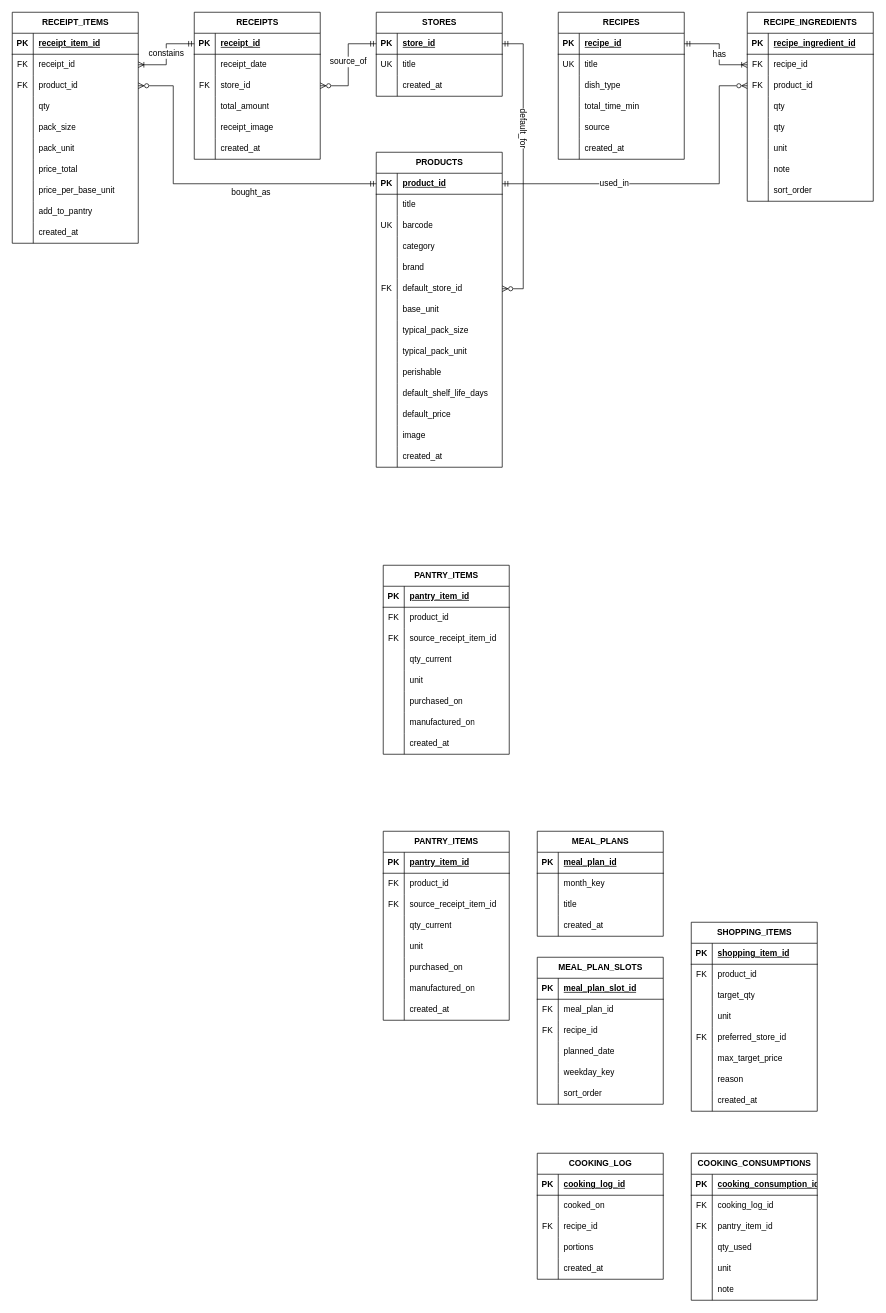
Earlier version of the draw.io diagram Projects/Еда/Docs/Диаграмма без названия.drawio (smeryse/Knowledge-Base). Source tidied: cells renumbered, new cells numbered last; positions are measured from the earlier drawing's top-left corner, leaving out a move shared by most shapes. Both pictures are drawn from the tidied source at 70%, with x=0, y=0 at pixel (12, 12).
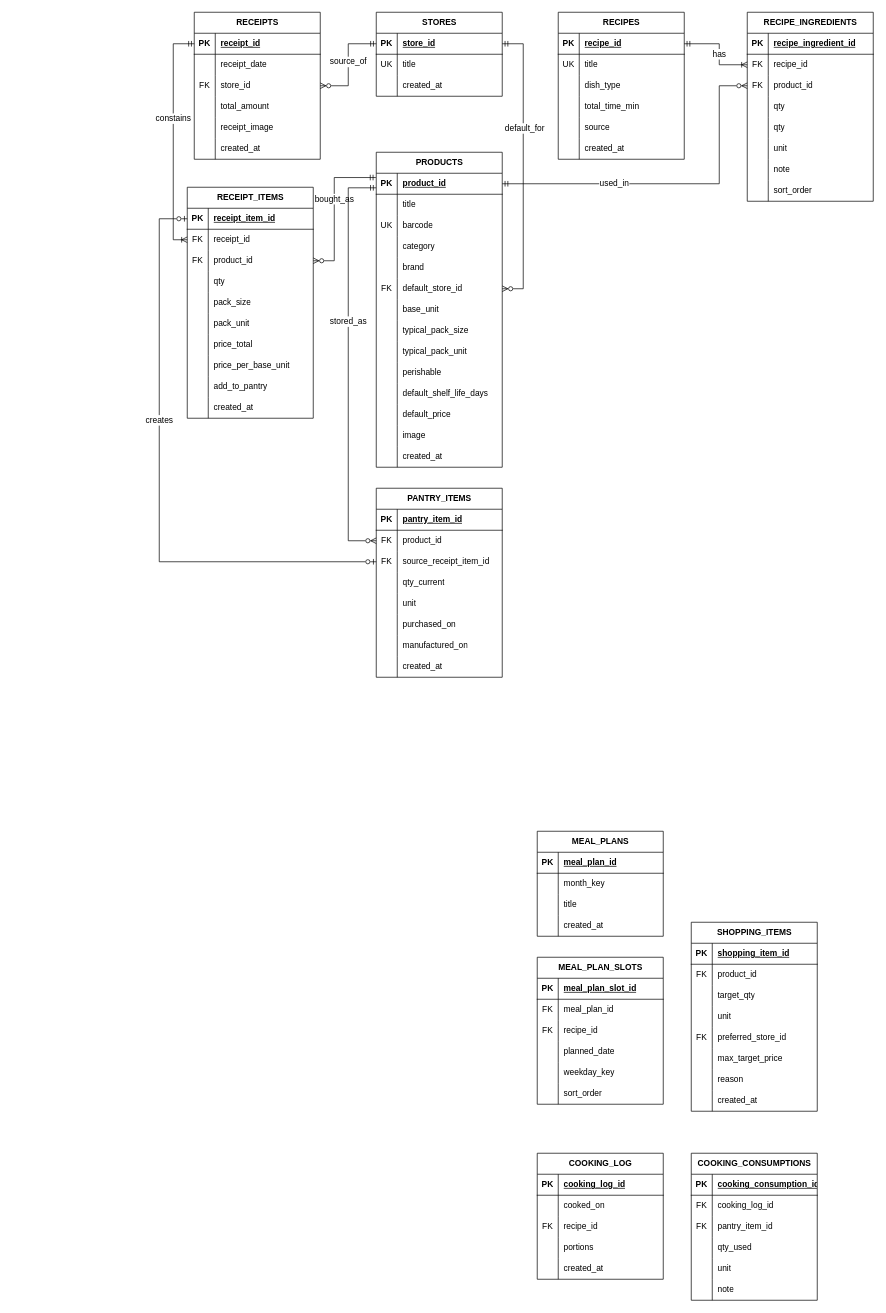
The same diagram, later.

Unchanged cells that the change refers to:
```xml
<mxCell id="3" style="shape=tableRow;horizontal=0;startSize=0;swimlaneHead=0;swimlaneBody=0;fillColor=none;points=[[0,0.5],[1,0.5]];portConstraint=eastwest;top=0;left=0;right=0;bottom=1;" parent="2" vertex="1">
  <mxGeometry y="30" width="180" height="30" as="geometry" />
</mxCell>
<mxCell id="66" style="shape=tableRow;horizontal=0;startSize=0;swimlaneHead=0;swimlaneBody=0;fillColor=none;points=[[0,0.5],[1,0.5]];portConstraint=eastwest;top=0;left=0;right=0;bottom=1;" parent="65" vertex="1">
  <mxGeometry y="30" width="180" height="30" as="geometry" />
</mxCell>
<mxCell id="69" style="shape=tableRow;horizontal=0;startSize=0;swimlaneHead=0;swimlaneBody=0;fillColor=none;points=[[0,0.5],[1,0.5]];portConstraint=eastwest;top=0;left=0;right=0;bottom=0;" parent="65" vertex="1">
  <mxGeometry y="60" width="180" height="30" as="geometry" />
</mxCell>
<mxCell id="72" style="shape=tableRow;horizontal=0;startSize=0;swimlaneHead=0;swimlaneBody=0;fillColor=none;points=[[0,0.5],[1,0.5]];portConstraint=eastwest;top=0;left=0;right=0;bottom=0;" parent="65" vertex="1">
  <mxGeometry y="90" width="180" height="30" as="geometry" />
</mxCell>
<mxCell id="107" style="shape=tableRow;horizontal=0;startSize=0;swimlaneHead=0;swimlaneBody=0;fillColor=none;points=[[0,0.5],[1,0.5]];portConstraint=eastwest;top=0;left=0;right=0;bottom=1;" parent="106" vertex="1">
  <mxGeometry y="30" width="180" height="30" as="geometry" />
</mxCell>
<mxCell id="268" style="rounded=0;jettySize=auto;html=1;exitX=1;exitY=0.5;exitDx=0;exitDy=0;endArrow=ERzeroToMany;endFill=0;startArrow=ERmandOne;startFill=0;edgeStyle=elbowEdgeStyle;entryX=1;entryY=0.5;entryDx=0;entryDy=0;" parent="1" edge="1" source="97" target="122">
  <mxGeometry relative="1" as="geometry">
    <Array as="points">
      <mxPoint x="730" y="220" />
    </Array>
  </mxGeometry>
</mxCell>
<mxCell id="282" style="shape=tableRow;horizontal=0;startSize=0;swimlaneHead=0;swimlaneBody=0;fillColor=none;points=[[0,0.5],[1,0.5]];portConstraint=eastwest;top=0;left=0;right=0;bottom=0;" parent="278" vertex="1">
  <mxGeometry y="60" width="180" height="30" as="geometry" />
</mxCell>
<mxCell id="285" style="shape=tableRow;horizontal=0;startSize=0;swimlaneHead=0;swimlaneBody=0;fillColor=none;points=[[0,0.5],[1,0.5]];portConstraint=eastwest;top=0;left=0;right=0;bottom=0;" parent="278" vertex="1">
  <mxGeometry y="90" width="180" height="30" as="geometry" />
</mxCell>
```

What changed in the source:
```diff
@@
     <mxCell id="65" value="RECEIPT_ITEMS" style="shape=table;startSize=30;childLayout=tableLayout;rowLines=0;fontStyle=1;align=center;html=1;" parent="1" vertex="1">
-      <mxGeometry width="180" height="330" as="geometry" />
+      <mxGeometry x="250" y="250" width="180" height="330" as="geometry" />
     </mxCell>
@@
-    <mxCell id="149" value="PANTRY_ITEMS" style="shape=table;startSize=30;childLayout=tableLayout;rowLines=0;fontStyle=1;align=center;html=1;" parent="1" vertex="1">
-      <mxGeometry x="530" y="1170" width="180" height="270" as="geometry" />
-    </mxCell>
-    <mxCell id="150" style="shape=tableRow;horizontal=0;startSize=0;swimlaneHead=0;swimlaneBody=0;fillColor=none;top=0;left=0;right=0;bottom=1;" parent="149" vertex="1">
-      <mxGeometry y="30" width="180" height="30" as="geometry" />
-    </mxCell>
-    <mxCell id="151" value="PK" style="shape=partialRectangle;fillColor=none;top=0;left=0;bottom=0;right=0;fontStyle=1;overflow=hidden;whiteSpace=wrap;html=1;" parent="150" vertex="1">
-      <mxGeometry width="30" height="30" as="geometry" />
-    </mxCell>
-    <mxCell id="152" value="pantry_item_id" style="shape=partialRectangle;fillColor=none;top=0;left=0;bottom=0;right=0;align=left;spacingLeft=6;fontStyle=5;overflow=hidden;whiteSpace=wrap;html=1;" parent="150" vertex="1">
-      <mxGeometry x="30" width="150" height="30" as="geometry" />
-    </mxCell>
-    <mxCell id="153" style="shape=tableRow;horizontal=0;startSize=0;swimlaneHead=0;swimlaneBody=0;fillColor=none;top=0;left=0;right=0;bottom=0;" parent="149" vertex="1">
-      <mxGeometry y="60" width="180" height="30" as="geometry" />
-    </mxCell>
-    <mxCell id="154" value="FK" style="shape=partialRectangle;fillColor=none;top=0;left=0;bottom=0;right=0;overflow=hidden;whiteSpace=wrap;html=1;" parent="153" vertex="1">
-      <mxGeometry width="30" height="30" as="geometry" />
-    </mxCell>
-    <mxCell id="155" value="product_id" style="shape=partialRectangle;fillColor=none;top=0;left=0;bottom=0;right=0;align=left;spacingLeft=6;overflow=hidden;whiteSpace=wrap;html=1;" parent="153" vertex="1">
-      <mxGeometry x="30" width="150" height="30" as="geometry" />
-    </mxCell>
-    <mxCell id="156" style="shape=tableRow;horizontal=0;startSize=0;swimlaneHead=0;swimlaneBody=0;fillColor=none;top=0;left=0;right=0;bottom=0;" parent="149" vertex="1">
-      <mxGeometry y="90" width="180" height="30" as="geometry" />
-    </mxCell>
-    <mxCell id="157" value="FK" style="shape=partialRectangle;fillColor=none;top=0;left=0;bottom=0;right=0;overflow=hidden;whiteSpace=wrap;html=1;" parent="156" vertex="1">
-      <mxGeometry width="30" height="30" as="geometry" />
-    </mxCell>
-    <mxCell id="158" value="source_receipt_item_id" style="shape=partialRectangle;fillColor=none;top=0;left=0;bottom=0;right=0;align=left;spacingLeft=6;overflow=hidden;whiteSpace=wrap;html=1;" parent="156" vertex="1">
-      <mxGeometry x="30" width="150" height="30" as="geometry" />
-    </mxCell>
-    <mxCell id="159" style="shape=tableRow;horizontal=0;startSize=0;swimlaneHead=0;swimlaneBody=0;fillColor=none;top=0;left=0;right=0;bottom=0;" parent="149" vertex="1">
-      <mxGeometry y="120" width="180" height="30" as="geometry" />
-    </mxCell>
-    <mxCell id="160" style="shape=partialRectangle;fillColor=none;top=0;left=0;bottom=0;right=0;overflow=hidden;whiteSpace=wrap;html=1;" parent="159" vertex="1">
-      <mxGeometry width="30" height="30" as="geometry" />
-    </mxCell>
-    <mxCell id="161" value="qty_current" style="shape=partialRectangle;fillColor=none;top=0;left=0;bottom=0;right=0;align=left;spacingLeft=6;overflow=hidden;whiteSpace=wrap;html=1;" parent="159" vertex="1">
-      <mxGeometry x="30" width="150" height="30" as="geometry" />
-    </mxCell>
-    <mxCell id="162" style="shape=tableRow;horizontal=0;startSize=0;swimlaneHead=0;swimlaneBody=0;fillColor=none;top=0;left=0;right=0;bottom=0;" parent="149" vertex="1">
-      <mxGeometry y="150" width="180" height="30" as="geometry" />
-    </mxCell>
-    <mxCell id="163" style="shape=partialRectangle;fillColor=none;top=0;left=0;bottom=0;right=0;overflow=hidden;whiteSpace=wrap;html=1;" parent="162" vertex="1">
-      <mxGeometry width="30" height="30" as="geometry" />
-    </mxCell>
-    <mxCell id="164" value="unit" style="shape=partialRectangle;fillColor=none;top=0;left=0;bottom=0;right=0;align=left;spacingLeft=6;overflow=hidden;whiteSpace=wrap;html=1;" parent="162" vertex="1">
-      <mxGeometry x="30" width="150" height="30" as="geometry" />
-    </mxCell>
-    <mxCell id="165" style="shape=tableRow;horizontal=0;startSize=0;swimlaneHead=0;swimlaneBody=0;fillColor=none;top=0;left=0;right=0;bottom=0;" parent="149" vertex="1">
-      <mxGeometry y="180" width="180" height="30" as="geometry" />
-    </mxCell>
-    <mxCell id="166" style="shape=partialRectangle;fillColor=none;top=0;left=0;bottom=0;right=0;overflow=hidden;whiteSpace=wrap;html=1;" parent="165" vertex="1">
-      <mxGeometry width="30" height="30" as="geometry" />
-    </mxCell>
-    <mxCell id="167" value="purchased_on" style="shape=partialRectangle;fillColor=none;top=0;left=0;bottom=0;right=0;align=left;spacingLeft=6;overflow=hidden;whiteSpace=wrap;html=1;" parent="165" vertex="1">
-      <mxGeometry x="30" width="150" height="30" as="geometry" />
-    </mxCell>
-    <mxCell id="168" style="shape=tableRow;horizontal=0;startSize=0;swimlaneHead=0;swimlaneBody=0;fillColor=none;top=0;left=0;right=0;bottom=0;" parent="149" vertex="1">
-      <mxGeometry y="210" width="180" height="30" as="geometry" />
-    </mxCell>
-    <mxCell id="169" style="shape=partialRectangle;fillColor=none;top=0;left=0;bottom=0;right=0;overflow=hidden;whiteSpace=wrap;html=1;" parent="168" vertex="1">
-      <mxGeometry width="30" height="30" as="geometry" />
-    </mxCell>
-    <mxCell id="170" value="manufactured_on" style="shape=partialRectangle;fillColor=none;top=0;left=0;bottom=0;right=0;align=left;spacingLeft=6;overflow=hidden;whiteSpace=wrap;html=1;" parent="168" vertex="1">
-      <mxGeometry x="30" width="150" height="30" as="geometry" />
-    </mxCell>
-    <mxCell id="171" style="shape=tableRow;horizontal=0;startSize=0;swimlaneHead=0;swimlaneBody=0;fillColor=none;top=0;left=0;right=0;bottom=0;" parent="149" vertex="1">
-      <mxGeometry y="240" width="180" height="30" as="geometry" />
-    </mxCell>
-    <mxCell id="172" style="shape=partialRectangle;fillColor=none;top=0;left=0;bottom=0;right=0;overflow=hidden;whiteSpace=wrap;html=1;" parent="171" vertex="1">
-      <mxGeometry width="30" height="30" as="geometry" />
-    </mxCell>
-    <mxCell id="173" value="created_at" style="shape=partialRectangle;fillColor=none;top=0;left=0;bottom=0;right=0;align=left;spacingLeft=6;overflow=hidden;whiteSpace=wrap;html=1;" parent="171" vertex="1">
-      <mxGeometry x="30" width="150" height="30" as="geometry" />
-    </mxCell>
@@
-    <mxCell id="270" value="default_for" style="edgeLabel;html=1;align=center;verticalAlign=middle;rotation=90;fontSize=12;" parent="268" vertex="1">
+    <mxCell id="270" value="default_for" style="edgeLabel;html=1;align=center;verticalAlign=middle;rotation=0;fontSize=12;" parent="268" vertex="1">
       <mxGeometry x="0.03" y="1" relative="1" as="geometry">
         <mxPoint y="-61" as="offset" />
       </mxGeometry>
     </mxCell>
@@
-    <mxCell id="274" style="rounded=0;jettySize=auto;html=1;exitX=0;exitY=0.5;exitDx=0;exitDy=0;endArrow=ERoneToMany;endFill=0;startArrow=ERmandOne;startFill=0;edgeStyle=elbowEdgeStyle;elbow=horizontal;strokeWidth=1;jumpSize=6;endSize=6;startSize=6;entryX=1;entryY=0.5;entryDx=0;entryDy=0;" parent="1" edge="1" source="3" target="69">
-      <mxGeometry relative="1" as="geometry" />
+    <mxCell id="274" style="rounded=0;jettySize=auto;html=1;exitX=0;exitY=0.5;exitDx=0;exitDy=0;endArrow=ERoneToMany;endFill=0;startArrow=ERmandOne;startFill=0;edgeStyle=elbowEdgeStyle;elbow=horizontal;strokeWidth=1;jumpSize=6;endSize=6;startSize=6;entryX=0;entryY=0.5;entryDx=0;entryDy=0;" parent="1" edge="1" source="3" target="69">
+      <mxGeometry relative="1" as="geometry">
+        <Array as="points">
+          <mxPoint x="230" y="50" />
+        </Array>
+      </mxGeometry>
     </mxCell>
@@
-    <mxCell id="276" style="rounded=0;jettySize=auto;html=1;endArrow=ERzeroToMany;endFill=0;startArrow=ERmandOne;startFill=0;edgeStyle=elbowEdgeStyle;elbow=horizontal;strokeWidth=1;jumpSize=6;endSize=6;startSize=6;entryX=1;entryY=0.5;entryDx=0;entryDy=0;exitX=0;exitY=0.5;exitDx=0;exitDy=0;" parent="1" edge="1" source="107" target="72">
+    <mxCell id="276" style="rounded=0;jettySize=auto;html=1;endArrow=ERzeroToMany;endFill=0;startArrow=ERmandOne;startFill=0;edgeStyle=elbowEdgeStyle;elbow=horizontal;strokeWidth=1;jumpSize=6;endSize=6;startSize=6;entryX=1;entryY=0.5;entryDx=0;entryDy=0;exitX=-0.003;exitY=0.204;exitDx=0;exitDy=0;exitPerimeter=0;" parent="1" edge="1" source="107" target="72">
       <mxGeometry relative="1" as="geometry">
         <Array as="points">
-          <mxPoint x="230" y="200" />
+          <mxPoint x="460" y="320" />
         </Array>
       </mxGeometry>
     </mxCell>
@@
     <mxCell id="278" value="PANTRY_ITEMS" style="shape=table;startSize=30;childLayout=tableLayout;rowLines=0;fontStyle=1;align=center;html=1;" parent="1" vertex="1">
-      <mxGeometry x="530" y="790" width="180" height="270" as="geometry" />
+      <mxGeometry x="520" y="680" width="180" height="270" as="geometry" />
     </mxCell>
@@
+    <mxCell id="303" style="rounded=0;jettySize=auto;html=1;entryX=0;entryY=0.5;entryDx=0;entryDy=0;endArrow=ERzeroToMany;endFill=0;startArrow=ERmandOne;startFill=0;edgeStyle=elbowEdgeStyle;elbow=horizontal;exitX=-0.001;exitY=0.693;exitDx=0;exitDy=0;exitPerimeter=0;" parent="1" edge="1" source="107" target="282">
+      <mxGeometry relative="1" as="geometry">
+        <Array as="points">
+          <mxPoint x="480" y="560" />
+        </Array>
+      </mxGeometry>
+    </mxCell>
+    <mxCell id="304" value="stored_as" style="edgeLabel;html=1;align=center;verticalAlign=middle;fontSize=12;" parent="303" vertex="1">
+      <mxGeometry x="-0.25" y="-1" relative="1" as="geometry">
+        <mxPoint y="12" as="offset" />
+      </mxGeometry>
+    </mxCell>
+    <mxCell id="305" style="rounded=0;jettySize=auto;html=1;exitX=0;exitY=0.5;exitDx=0;exitDy=0;entryX=0;entryY=0.5;entryDx=0;entryDy=0;endArrow=ERzeroToOne;endFill=0;startArrow=ERzeroToOne;startFill=0;edgeStyle=elbowEdgeStyle;elbow=horizontal;" parent="1" edge="1" source="66" target="285">
+      <mxGeometry relative="1" as="geometry">
+        <Array as="points">
+          <mxPoint x="210" y="530" />
+        </Array>
+      </mxGeometry>
+    </mxCell>
+    <mxCell id="306" value="creates" style="edgeLabel;html=1;align=center;verticalAlign=middle;fontSize=12;horizontal=1;" parent="305" vertex="1">
+      <mxGeometry x="-0.25" y="-1" relative="1" as="geometry">
+        <mxPoint y="12" as="offset" />
+      </mxGeometry>
+    </mxCell>
```
